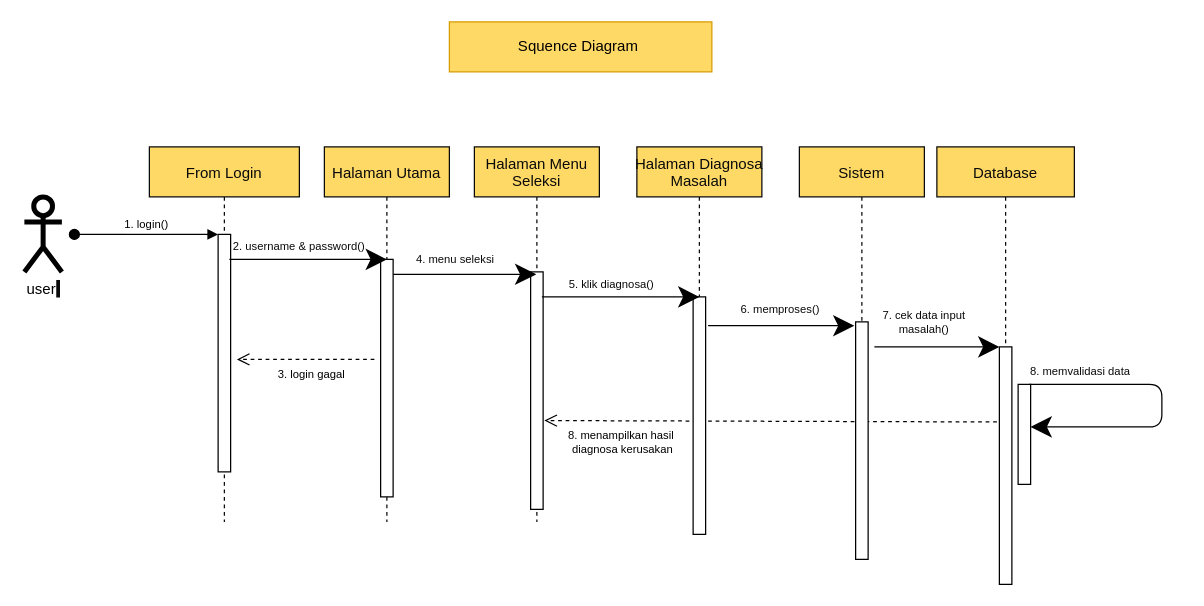
This is Squence Diagram.drawio from hanifaayu/pw2020_987654321, a draw.io file, before an edit. Source tidied: cells renumbered, new cells numbered last; positions are measured from the earlier drawing's top-left corner, leaving out a move shared by most shapes. Both pictures are drawn from the tidied source at 125%, with x=0, y=0 at pixel (24, 21).
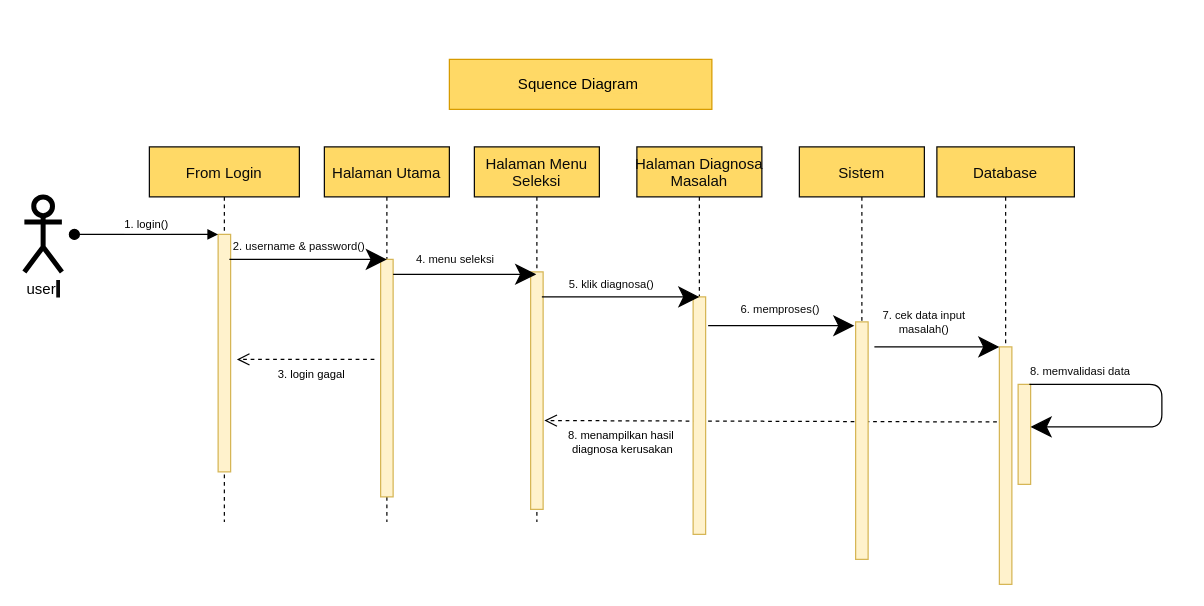
Above is the later version.

Unchanged cells that the change refers to:
```xml
<mxCell id="2" value="From Login" style="shape=umlLifeline;perimeter=lifelinePerimeter;rounded=0;shadow=0;strokeWidth=1;fillColor=#FFD966;strokeColor=#0A0A0A;fontColor=#0A0A0A;" parent="1" vertex="1">
  <mxGeometry x="100" y="100" width="120" height="300" as="geometry" />
</mxCell>
<mxCell id="8" value="Halaman Utama" style="shape=umlLifeline;perimeter=lifelinePerimeter;rounded=0;shadow=0;strokeWidth=1;fillColor=#FFD966;strokeColor=#0A0A0A;fontColor=#0A0A0A;" parent="1" vertex="1">
  <mxGeometry x="240" y="100" width="100" height="300" as="geometry" />
</mxCell>
<mxCell id="13" value="Halaman Menu&#10;Seleksi" style="shape=umlLifeline;perimeter=lifelinePerimeter;rounded=0;shadow=0;strokeWidth=1;fillColor=#FFD966;strokeColor=#0A0A0A;fontColor=#0A0A0A;" parent="1" vertex="1">
  <mxGeometry x="360" y="100" width="100" height="300" as="geometry" />
</mxCell>
<mxCell id="15" value="Halaman Diagnosa&#10;Masalah" style="shape=umlLifeline;perimeter=lifelinePerimeter;rounded=0;shadow=0;strokeWidth=1;fillColor=#FFD966;strokeColor=#0A0A0A;fontColor=#0A0A0A;" parent="1" vertex="1">
  <mxGeometry x="490" y="100" width="100" height="300" as="geometry" />
</mxCell>
<mxCell id="18" value="Sistem" style="shape=umlLifeline;perimeter=lifelinePerimeter;rounded=0;shadow=0;strokeWidth=1;fillColor=#FFD966;strokeColor=#0A0A0A;fontColor=#0A0A0A;" parent="1" vertex="1">
  <mxGeometry x="620" y="100" width="100" height="300" as="geometry" />
</mxCell>
<mxCell id="21" value="Database" style="shape=umlLifeline;perimeter=lifelinePerimeter;rounded=0;shadow=0;strokeWidth=1;fillColor=#FFD966;strokeColor=#0A0A0A;fontColor=#0A0A0A;" parent="1" vertex="1">
  <mxGeometry x="730" y="100" width="110" height="300" as="geometry" />
</mxCell>
```

Diff of the diagram source:
```diff
@@
-    <mxCell id="3" style="points=[];perimeter=orthogonalPerimeter;rounded=0;shadow=0;strokeWidth=1;fontColor=#FFD966;labelBackgroundColor=#FFD966;labelBorderColor=#FFD966;" parent="2" vertex="1">
+    <mxCell id="3" style="points=[];perimeter=orthogonalPerimeter;rounded=0;shadow=0;strokeWidth=1;labelBackgroundColor=#FFD966;labelBorderColor=#FFD966;fillColor=#fff2cc;strokeColor=#d6b656;" parent="2" vertex="1">
       <mxGeometry x="55" y="70" width="10" height="190" as="geometry" />
     </mxCell>
@@
     <mxCell id="6" value="Squence Diagram&amp;nbsp;" style="rounded=0;whiteSpace=wrap;html=1;hachureGap=4;fillColor=#FFD966;strokeColor=#d79b00;labelBackgroundColor=#FFD966;labelBorderColor=none;" parent="1" vertex="1">
-      <mxGeometry x="340" width="210" height="40" as="geometry" />
+      <mxGeometry x="340" y="30" width="210" height="40" as="geometry" />
     </mxCell>
@@
-    <mxCell id="9" style="points=[];perimeter=orthogonalPerimeter;rounded=0;shadow=0;strokeWidth=1;" parent="8" vertex="1">
+    <mxCell id="9" style="points=[];perimeter=orthogonalPerimeter;rounded=0;shadow=0;strokeWidth=1;fillColor=#fff2cc;strokeColor=#d6b656;" parent="8" vertex="1">
       <mxGeometry x="45" y="90" width="10" height="190" as="geometry" />
     </mxCell>
@@
-    <mxCell id="14" style="points=[];perimeter=orthogonalPerimeter;rounded=0;shadow=0;strokeWidth=1;" parent="13" vertex="1">
+    <mxCell id="14" style="points=[];perimeter=orthogonalPerimeter;rounded=0;shadow=0;strokeWidth=1;fillColor=#fff2cc;strokeColor=#d6b656;" parent="13" vertex="1">
       <mxGeometry x="45" y="100" width="10" height="190" as="geometry" />
     </mxCell>
@@
-    <mxCell id="16" style="points=[];perimeter=orthogonalPerimeter;rounded=0;shadow=0;strokeWidth=1;" parent="15" vertex="1">
+    <mxCell id="16" style="points=[];perimeter=orthogonalPerimeter;rounded=0;shadow=0;strokeWidth=1;fillColor=#fff2cc;strokeColor=#d6b656;" parent="15" vertex="1">
       <mxGeometry x="45" y="120" width="10" height="190" as="geometry" />
     </mxCell>
@@
-    <mxCell id="19" style="points=[];perimeter=orthogonalPerimeter;rounded=0;shadow=0;strokeWidth=1;" parent="18" vertex="1">
+    <mxCell id="19" style="points=[];perimeter=orthogonalPerimeter;rounded=0;shadow=0;strokeWidth=1;fillColor=#fff2cc;strokeColor=#d6b656;" parent="18" vertex="1">
       <mxGeometry x="45" y="140" width="10" height="190" as="geometry" />
     </mxCell>
@@
-    <mxCell id="22" style="perimeter=orthogonalPerimeter;rounded=0;shadow=0;strokeWidth=1;" parent="21" vertex="1">
+    <mxCell id="22" style="perimeter=orthogonalPerimeter;rounded=0;shadow=0;strokeWidth=1;fillColor=#fff2cc;strokeColor=#d6b656;" parent="21" vertex="1">
       <mxGeometry x="50" y="160" width="10" height="190" as="geometry" />
     </mxCell>
@@
-    <mxCell id="25" style="points=[];perimeter=orthogonalPerimeter;rounded=0;shadow=0;strokeWidth=1;" parent="21" vertex="1">
+    <mxCell id="25" style="points=[];perimeter=orthogonalPerimeter;rounded=0;shadow=0;strokeWidth=1;fillColor=#fff2cc;strokeColor=#d6b656;" parent="21" vertex="1">
       <mxGeometry x="65" y="190" width="10" height="80" as="geometry" />
     </mxCell>
```
